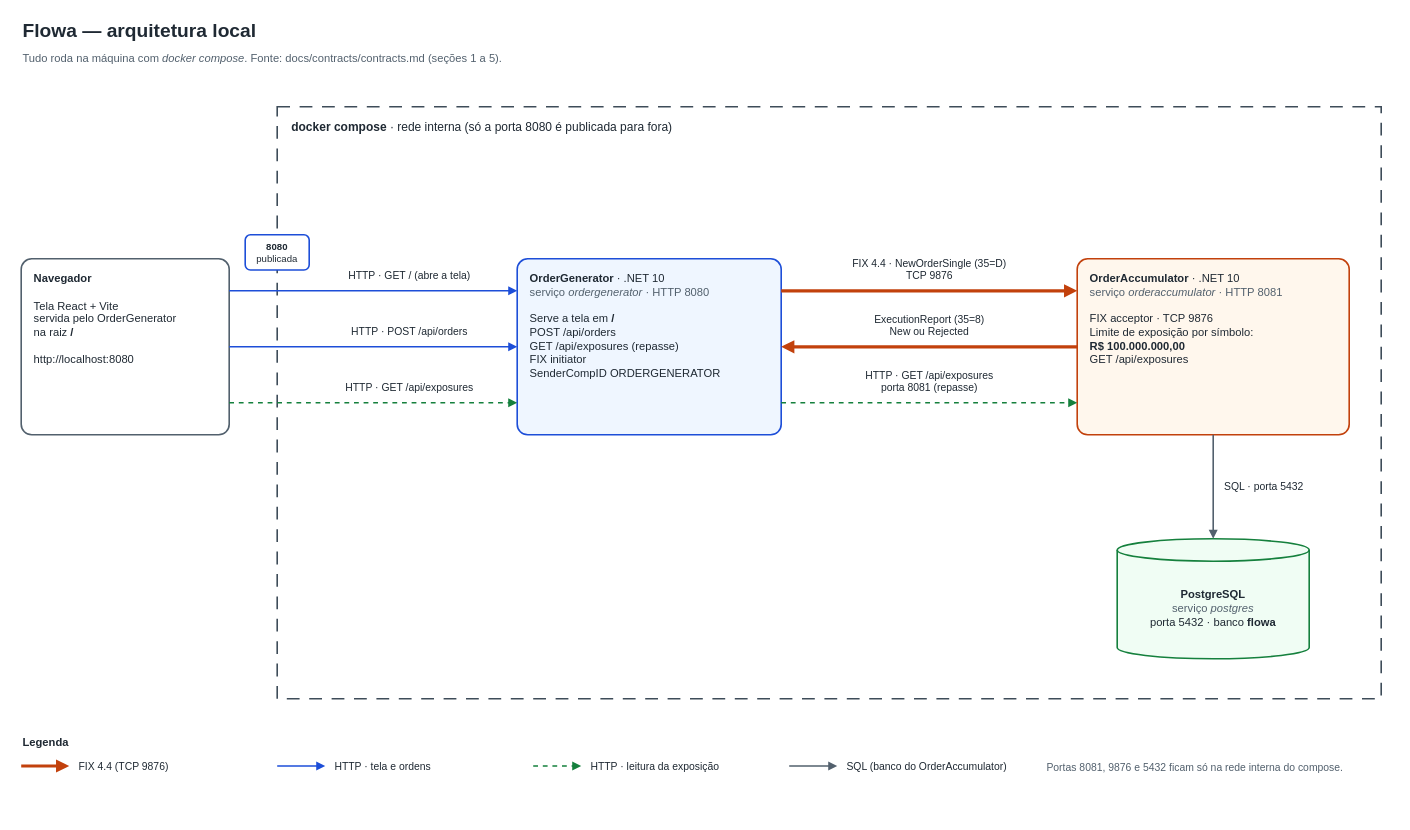
The draw.io diagram docs/architecture/arquitetura-local.drawio in escolaparaprogramadores/flowa_challange, before the edit. Source tidied: cells renumbered, new cells numbered last; positions are measured from the earlier drawing's top-left corner, leaving out a move shared by most shapes. Both pictures are drawn from the tidied source at 80%, with x=0, y=0 at pixel (21, 14).
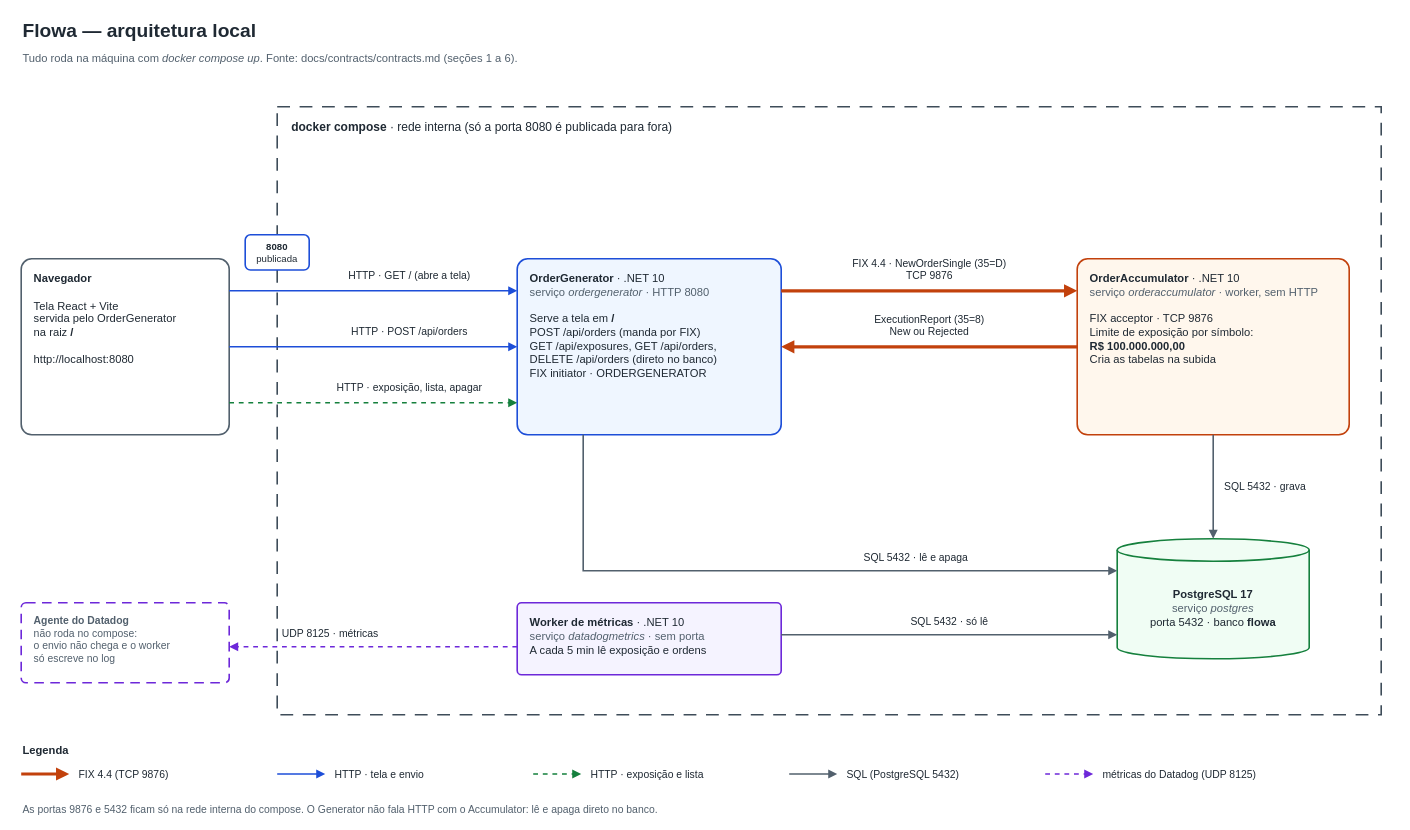
The same diagram, later.

Commit message (it also covers changes not shown here):
README guia o avaliador do clone ao teste, e contrato e desenhos mostram o worker de métricas

The change refers to these unchanged cells:
```xml
<mxCell id="6" value="&lt;b&gt;Navegador&lt;/b&gt;&lt;br&gt;&lt;br&gt;Tela React + Vite&lt;br&gt;servida pelo OrderGenerator&lt;br&gt;na raiz &lt;b&gt;/&lt;/b&gt;&lt;br&gt;&lt;br&gt;http://localhost:8080" style="rounded=1;arcSize=6;whiteSpace=wrap;html=1;align=left;verticalAlign=top;spacingLeft=14;spacingTop=10;fontSize=14;fontFamily=Helvetica;fontColor=#1F2933;fillColor=#FFFFFF;strokeColor=#52606D;strokeWidth=2;" parent="1" vertex="1">
  <mxGeometry y="306" width="260" height="220" as="geometry" />
</mxCell>
```

What changed in the source:
```diff
@@
-    <mxCell id="3" value="Tudo roda na máquina com &lt;i&gt;docker compose&lt;/i&gt;. Fonte: docs/contracts/contracts.md (seções 1 a 5)." style="text;html=1;whiteSpace=wrap;align=left;verticalAlign=top;fontSize=14;fontFamily=Helvetica;fontColor=#1F2933;fontColor=#52606D;" parent="1" vertex="1">
+    <mxCell id="3" value="Tudo roda na máquina com &lt;i&gt;docker compose up&lt;/i&gt;. Fonte: docs/contracts/contracts.md (seções 1 a 6)." style="text;html=1;whiteSpace=wrap;align=left;verticalAlign=top;fontSize=14;fontFamily=Helvetica;fontColor=#52606D;" parent="1" vertex="1">
       <mxGeometry y="40" width="1100" height="24" as="geometry" />
     </mxCell>
     <mxCell id="4" value="&lt;b&gt;docker compose&lt;/b&gt; · rede interna (só a porta 8080 é publicada para fora)" style="rounded=0;whiteSpace=wrap;html=1;dashed=1;dashPattern=8 6;fillColor=none;strokeColor=#3E4C59;strokeWidth=2;align=left;verticalAlign=top;spacingLeft=16;spacingTop=10;fontSize=15;fontFamily=Helvetica;fontColor=#1F2933;" parent="1" vertex="1">
-      <mxGeometry x="320" y="116" width="1380" height="740" as="geometry" />
+      <mxGeometry x="320" y="116" width="1380" height="760" as="geometry" />
     </mxCell>
@@
-    <mxCell id="7" value="&lt;b&gt;OrderGenerator&lt;/b&gt; · .NET 10&lt;br&gt;&lt;span style=&quot;color:#52606D&quot;&gt;serviço &lt;i&gt;ordergenerator&lt;/i&gt; · HTTP 8080&lt;/span&gt;&lt;br&gt;&lt;br&gt;Serve a tela em &lt;b&gt;/&lt;/b&gt;&lt;br&gt;POST /api/orders&lt;br&gt;GET /api/exposures (repasse)&lt;br&gt;FIX initiator&lt;br&gt;SenderCompID ORDERGENERATOR" style="rounded=1;arcSize=6;whiteSpace=wrap;html=1;align=left;verticalAlign=top;spacingLeft=14;spacingTop=10;fontSize=14;fontFamily=Helvetica;fontColor=#1F2933;fillColor=#EFF6FF;strokeColor=#1D4ED8;strokeWidth=2;" parent="1" vertex="1">
+    <mxCell id="7" value="&lt;b&gt;OrderGenerator&lt;/b&gt; · .NET 10&lt;br&gt;&lt;span style=&quot;color:#52606D&quot;&gt;serviço &lt;i&gt;ordergenerator&lt;/i&gt; · HTTP 8080&lt;/span&gt;&lt;br&gt;&lt;br&gt;Serve a tela em &lt;b&gt;/&lt;/b&gt;&lt;br&gt;POST /api/orders (manda por FIX)&lt;br&gt;GET /api/exposures, GET /api/orders,&lt;br&gt;DELETE /api/orders (direto no banco)&lt;br&gt;FIX initiator · ORDERGENERATOR" style="rounded=1;arcSize=6;whiteSpace=wrap;html=1;align=left;verticalAlign=top;spacingLeft=14;spacingTop=10;fontSize=14;fontFamily=Helvetica;fontColor=#1F2933;fillColor=#EFF6FF;strokeColor=#1D4ED8;strokeWidth=2;" parent="1" vertex="1">
       <mxGeometry x="620" y="306" width="330" height="220" as="geometry" />
     </mxCell>
-    <mxCell id="8" value="&lt;b&gt;OrderAccumulator&lt;/b&gt; · .NET 10&lt;br&gt;&lt;span style=&quot;color:#52606D&quot;&gt;serviço &lt;i&gt;orderaccumulator&lt;/i&gt; · HTTP 8081&lt;/span&gt;&lt;br&gt;&lt;br&gt;FIX acceptor · TCP 9876&lt;br&gt;Limite de exposição por símbolo:&lt;br&gt;&lt;b&gt;R$ 100.000.000,00&lt;/b&gt;&lt;br&gt;GET /api/exposures" style="rounded=1;arcSize=6;whiteSpace=wrap;html=1;align=left;verticalAlign=top;spacingLeft=14;spacingTop=10;fontSize=14;fontFamily=Helvetica;fontColor=#1F2933;fillColor=#FFF7ED;strokeColor=#C2410C;strokeWidth=2;" parent="1" vertex="1">
+    <mxCell id="8" value="&lt;b&gt;OrderAccumulator&lt;/b&gt; · .NET 10&lt;br&gt;&lt;span style=&quot;color:#52606D&quot;&gt;serviço &lt;i&gt;orderaccumulator&lt;/i&gt; · worker, sem HTTP&lt;/span&gt;&lt;br&gt;&lt;br&gt;FIX acceptor · TCP 9876&lt;br&gt;Limite de exposição por símbolo:&lt;br&gt;&lt;b&gt;R$ 100.000.000,00&lt;/b&gt;&lt;br&gt;Cria as tabelas na subida" style="rounded=1;arcSize=6;whiteSpace=wrap;html=1;align=left;verticalAlign=top;spacingLeft=14;spacingTop=10;fontSize=14;fontFamily=Helvetica;fontColor=#1F2933;fillColor=#FFF7ED;strokeColor=#C2410C;strokeWidth=2;" parent="1" vertex="1">
       <mxGeometry x="1320" y="306" width="340" height="220" as="geometry" />
     </mxCell>
-    <mxCell id="9" value="&lt;b&gt;PostgreSQL&lt;/b&gt;&lt;br&gt;&lt;span style=&quot;color:#52606D&quot;&gt;serviço &lt;i&gt;postgres&lt;/i&gt;&lt;/span&gt;&lt;br&gt;porta 5432 · banco &lt;b&gt;flowa&lt;/b&gt;" style="shape=cylinder3;whiteSpace=wrap;html=1;boundedLbl=1;backgroundOutline=1;size=14;align=center;verticalAlign=middle;fontSize=14;fontFamily=Helvetica;fontColor=#1F2933;fillColor=#F0FDF4;strokeColor=#15803D;strokeWidth=2;" parent="1" vertex="1">
+    <mxCell id="9" value="&lt;b&gt;PostgreSQL 17&lt;/b&gt;&lt;br&gt;&lt;span style=&quot;color:#52606D&quot;&gt;serviço &lt;i&gt;postgres&lt;/i&gt;&lt;/span&gt;&lt;br&gt;porta 5432 · banco &lt;b&gt;flowa&lt;/b&gt;" style="shape=cylinder3;whiteSpace=wrap;html=1;boundedLbl=1;backgroundOutline=1;size=14;align=center;verticalAlign=middle;fontSize=14;fontFamily=Helvetica;fontColor=#1F2933;fillColor=#F0FDF4;strokeColor=#15803D;strokeWidth=2;" parent="1" vertex="1">
       <mxGeometry x="1370" y="656" width="240" height="150" as="geometry" />
     </mxCell>
+    <mxCell id="27" value="&lt;b&gt;Worker de métricas&lt;/b&gt; · .NET 10&lt;br&gt;&lt;span style=&quot;color:#52606D&quot;&gt;serviço &lt;i&gt;datadogmetrics&lt;/i&gt; · sem porta&lt;/span&gt;&lt;br&gt;A cada 5 min lê exposição e ordens" style="rounded=1;arcSize=6;whiteSpace=wrap;html=1;align=left;verticalAlign=top;spacingLeft=14;spacingTop=10;fontSize=14;fontFamily=Helvetica;fontColor=#1F2933;fillColor=#F5F3FF;strokeColor=#6D28D9;strokeWidth=2;" parent="1" vertex="1">
+      <mxGeometry x="620" y="736" width="330" height="90" as="geometry" />
+    </mxCell>
+    <mxCell id="28" value="&lt;b&gt;Agente do Datadog&lt;/b&gt;&lt;br&gt;não roda no compose:&lt;br&gt;o envio não chega e o worker&lt;br&gt;só escreve no log" style="rounded=1;arcSize=6;whiteSpace=wrap;html=1;align=left;verticalAlign=top;spacingLeft=14;spacingTop=8;fontSize=13;fontFamily=Helvetica;fontColor=#52606D;fillColor=#FFFFFF;strokeColor=#6D28D9;strokeWidth=2;dashed=1;dashPattern=6 4;" parent="1" vertex="1">
+      <mxGeometry y="736" width="260" height="100" as="geometry" />
+    </mxCell>
@@
-    <mxCell id="12" value="HTTP · GET /api/exposures" style="edgeStyle=none;rounded=0;html=1;flowAnimation=1;endArrow=block;endFill=1;labelBackgroundColor=#FFFFFF;fontSize=13;verticalAlign=bottom;fontFamily=Helvetica;fontColor=#1F2933;strokeColor=#15803D;strokeWidth=2;dashed=1;exitX=1;exitY=0.8182;exitDx=0;exitDy=0;exitPerimeter=0;entryX=0;entryY=0.8182;entryDx=0;entryDy=0;entryPerimeter=0;" parent="1" edge="1" source="6" target="7">
+    <mxCell id="12" value="HTTP · exposição, lista, apagar" style="edgeStyle=none;rounded=0;html=1;flowAnimation=1;endArrow=block;endFill=1;labelBackgroundColor=#FFFFFF;fontSize=13;verticalAlign=bottom;fontFamily=Helvetica;fontColor=#1F2933;strokeColor=#15803D;strokeWidth=2;dashed=1;exitX=1;exitY=0.8182;exitDx=0;exitDy=0;exitPerimeter=0;entryX=0;entryY=0.8182;entryDx=0;entryDy=0;entryPerimeter=0;" parent="1" edge="1" source="6" target="7">
       <mxGeometry x="0.25" relative="1" as="geometry">
         <mxPoint y="-8" as="offset" />
       </mxGeometry>
     </mxCell>
@@
-    <mxCell id="15" value="HTTP · GET /api/exposures&lt;br&gt;porta 8081 (repasse)" style="edgeStyle=none;rounded=0;html=1;flowAnimation=1;endArrow=block;endFill=1;labelBackgroundColor=#FFFFFF;fontSize=13;verticalAlign=bottom;fontFamily=Helvetica;fontColor=#1F2933;strokeColor=#15803D;strokeWidth=2;dashed=1;exitX=1;exitY=0.8182;exitDx=0;exitDy=0;exitPerimeter=0;entryX=0;entryY=0.8182;entryDx=0;entryDy=0;entryPerimeter=0;" parent="1" edge="1" source="7" target="8">
-      <mxGeometry relative="1" as="geometry">
-        <mxPoint y="-8" as="offset" />
-      </mxGeometry>
-    </mxCell>
-    <mxCell id="16" value="SQL · porta 5432" style="edgeStyle=none;rounded=0;html=1;flowAnimation=1;endArrow=block;endFill=1;labelBackgroundColor=#FFFFFF;fontSize=13;verticalAlign=bottom;fontFamily=Helvetica;fontColor=#1F2933;strokeColor=#52606D;strokeWidth=2;verticalAlign=middle;align=left;exitX=0.5;exitY=1;exitDx=0;exitDy=0;exitPerimeter=0;entryX=0.5;entryY=0;entryDx=0;entryDy=0;entryPerimeter=0;" parent="1" edge="1" source="8" target="9">
+    <mxCell id="16" value="SQL 5432 · grava" style="edgeStyle=none;rounded=0;html=1;flowAnimation=1;endArrow=block;endFill=1;labelBackgroundColor=#FFFFFF;fontSize=13;fontFamily=Helvetica;fontColor=#1F2933;strokeColor=#52606D;strokeWidth=2;verticalAlign=middle;align=left;exitX=0.5;exitY=1;exitDx=0;exitDy=0;exitPerimeter=0;entryX=0.5;entryY=0;entryDx=0;entryDy=0;entryPerimeter=0;" parent="1" edge="1" source="8" target="9">
       <mxGeometry relative="1" as="geometry">
         <mxPoint x="12" as="offset" />
       </mxGeometry>
     </mxCell>
+    <mxCell id="29" value="SQL 5432 · lê e apaga" style="edgeStyle=none;rounded=0;html=1;flowAnimation=1;endArrow=block;endFill=1;labelBackgroundColor=#FFFFFF;fontSize=13;verticalAlign=bottom;fontFamily=Helvetica;fontColor=#1F2933;strokeColor=#52606D;strokeWidth=2;exitX=0.25;exitY=1;exitDx=0;exitDy=0;exitPerimeter=0;entryX=0;entryY=0.2667;entryDx=0;entryDy=0;entryPerimeter=0;" parent="1" edge="1" source="7" target="9">
+      <mxGeometry x="0.4" relative="1" as="geometry">
+        <Array as="points">
+          <mxPoint x="702.5" y="696" />
+        </Array>
+        <mxPoint y="-6" as="offset" />
+      </mxGeometry>
+    </mxCell>
+    <mxCell id="30" value="SQL 5432 · só lê" style="edgeStyle=none;rounded=0;html=1;flowAnimation=1;endArrow=block;endFill=1;labelBackgroundColor=#FFFFFF;fontSize=13;verticalAlign=bottom;fontFamily=Helvetica;fontColor=#1F2933;strokeColor=#52606D;strokeWidth=2;exitX=1;exitY=0.4444;exitDx=0;exitDy=0;exitPerimeter=0;entryX=0;entryY=0.8;entryDx=0;entryDy=0;entryPerimeter=0;" parent="1" edge="1" source="27" target="9">
+      <mxGeometry relative="1" as="geometry">
+        <mxPoint y="-6" as="offset" />
+      </mxGeometry>
+    </mxCell>
+    <mxCell id="31" value="UDP 8125 · métricas" style="edgeStyle=none;rounded=0;html=1;flowAnimation=1;endArrow=block;endFill=1;labelBackgroundColor=#FFFFFF;fontSize=13;verticalAlign=bottom;fontFamily=Helvetica;fontColor=#1F2933;strokeColor=#6D28D9;strokeWidth=2;dashed=1;exitX=0;exitY=0.6111;exitDx=0;exitDy=0;exitPerimeter=0;entryX=1;entryY=0.55;entryDx=0;entryDy=0;entryPerimeter=0;" parent="1" edge="1" source="27" target="28">
+      <mxGeometry x="0.3" relative="1" as="geometry">
+        <mxPoint y="-6" as="offset" />
+      </mxGeometry>
+    </mxCell>
     <mxCell id="17" value="&lt;b&gt;Legenda&lt;/b&gt;" style="text;html=1;whiteSpace=wrap;align=left;verticalAlign=top;fontSize=14;fontFamily=Helvetica;fontColor=#1F2933;" parent="1" vertex="1">
-      <mxGeometry y="896" width="200" height="22" as="geometry" />
+      <mxGeometry y="906" width="200" height="22" as="geometry" />
     </mxCell>
-    <mxCell id="18" style="edgeStyle=none;rounded=0;html=1;flowAnimation=1;endArrow=block;endFill=1;labelBackgroundColor=#FFFFFF;fontSize=13;verticalAlign=bottom;fontFamily=Helvetica;fontColor=#1F2933;strokeColor=#C2410C;strokeWidth=4;" parent="1" edge="1">
+    <mxCell id="18" style="edgeStyle=none;rounded=0;html=1;flowAnimation=1;endArrow=block;endFill=1;strokeColor=#C2410C;strokeWidth=4;" parent="1" edge="1">
       <mxGeometry relative="1" as="geometry">
-        <mxPoint y="940" as="sourcePoint" />
-        <mxPoint x="60" y="940" as="targetPoint" />
+        <mxPoint y="950" as="sourcePoint" />
+        <mxPoint x="60" y="950" as="targetPoint" />
       </mxGeometry>
     </mxCell>
-    <mxCell id="19" value="FIX 4.4 (TCP 9876)" style="text;html=1;whiteSpace=wrap;align=left;verticalAlign=top;fontSize=13;fontFamily=Helvetica;fontColor=#1F2933;verticalAlign=middle;" parent="1" vertex="1">
-      <mxGeometry x="70" y="928" width="250" height="24" as="geometry" />
+    <mxCell id="19" value="FIX 4.4 (TCP 9876)" style="text;html=1;whiteSpace=wrap;align=left;verticalAlign=middle;fontSize=13;fontFamily=Helvetica;fontColor=#1F2933;" parent="1" vertex="1">
+      <mxGeometry x="70" y="938" width="230" height="24" as="geometry" />
     </mxCell>
-    <mxCell id="20" style="edgeStyle=none;rounded=0;html=1;flowAnimation=1;endArrow=block;endFill=1;labelBackgroundColor=#FFFFFF;fontSize=13;verticalAlign=bottom;fontFamily=Helvetica;fontColor=#1F2933;strokeColor=#1D4ED8;strokeWidth=2;" parent="1" edge="1">
+    <mxCell id="20" style="edgeStyle=none;rounded=0;html=1;flowAnimation=1;endArrow=block;endFill=1;strokeColor=#1D4ED8;strokeWidth=2;" parent="1" edge="1">
       <mxGeometry relative="1" as="geometry">
-        <mxPoint x="320" y="940" as="sourcePoint" />
-        <mxPoint x="380" y="940" as="targetPoint" />
+        <mxPoint x="320" y="950" as="sourcePoint" />
+        <mxPoint x="380" y="950" as="targetPoint" />
       </mxGeometry>
     </mxCell>
-    <mxCell id="21" value="HTTP · tela e ordens" style="text;html=1;whiteSpace=wrap;align=left;verticalAlign=top;fontSize=13;fontFamily=Helvetica;fontColor=#1F2933;verticalAlign=middle;" parent="1" vertex="1">
-      <mxGeometry x="390" y="928" width="250" height="24" as="geometry" />
+    <mxCell id="21" value="HTTP · tela e envio" style="text;html=1;whiteSpace=wrap;align=left;verticalAlign=middle;fontSize=13;fontFamily=Helvetica;fontColor=#1F2933;" parent="1" vertex="1">
+      <mxGeometry x="390" y="938" width="230" height="24" as="geometry" />
     </mxCell>
-    <mxCell id="22" style="edgeStyle=none;rounded=0;html=1;flowAnimation=1;endArrow=block;endFill=1;labelBackgroundColor=#FFFFFF;fontSize=13;verticalAlign=bottom;fontFamily=Helvetica;fontColor=#1F2933;strokeColor=#15803D;strokeWidth=2;dashed=1;" parent="1" edge="1">
-      <mxGeometry relative="1" as="geometry">
-        <mxPoint x="640" y="940" as="sourcePoint" />
-        <mxPoint x="700" y="940" as="targetPoint" />
-      </mxGeometry>
-    </mxCell>
-    <mxCell id="23" value="HTTP · leitura da exposição" style="text;html=1;whiteSpace=wrap;align=left;verticalAlign=top;fontSize=13;fontFamily=Helvetica;fontColor=#1F2933;verticalAlign=middle;" parent="1" vertex="1">
-      <mxGeometry x="710" y="928" width="250" height="24" as="geometry" />
-    </mxCell>
+    <mxCell id="32" style="edgeStyle=none;rounded=0;html=1;flowAnimation=1;endArrow=block;endFill=1;strokeColor=#15803D;strokeWidth=2;dashed=1;" parent="1" edge="1">
+      <mxGeometry relative="1" as="geometry">
+        <mxPoint x="640" y="950" as="sourcePoint" />
+        <mxPoint x="700" y="950" as="targetPoint" />
+      </mxGeometry>
+    </mxCell>
+    <mxCell id="33" value="HTTP · exposição e lista" style="text;html=1;whiteSpace=wrap;align=left;verticalAlign=middle;fontSize=13;fontFamily=Helvetica;fontColor=#1F2933;" parent="1" vertex="1">
+      <mxGeometry x="710" y="938" width="230" height="24" as="geometry" />
+    </mxCell>
-    <mxCell id="24" style="edgeStyle=none;rounded=0;html=1;flowAnimation=1;endArrow=block;endFill=1;labelBackgroundColor=#FFFFFF;fontSize=13;verticalAlign=bottom;fontFamily=Helvetica;fontColor=#1F2933;strokeColor=#52606D;strokeWidth=2;verticalAlign=middle;align=left;" parent="1" edge="1">
+    <mxCell id="24" style="edgeStyle=none;rounded=0;html=1;flowAnimation=1;endArrow=block;endFill=1;strokeColor=#52606D;strokeWidth=2;" parent="1" edge="1">
       <mxGeometry relative="1" as="geometry">
-        <mxPoint x="960" y="940" as="sourcePoint" />
-        <mxPoint x="1020" y="940" as="targetPoint" />
+        <mxPoint x="960" y="950" as="sourcePoint" />
+        <mxPoint x="1020" y="950" as="targetPoint" />
       </mxGeometry>
     </mxCell>
-    <mxCell id="25" value="SQL (banco do OrderAccumulator)" style="text;html=1;whiteSpace=wrap;align=left;verticalAlign=top;fontSize=13;fontFamily=Helvetica;fontColor=#1F2933;verticalAlign=middle;" parent="1" vertex="1">
-      <mxGeometry x="1030" y="928" width="250" height="24" as="geometry" />
+    <mxCell id="25" value="SQL (PostgreSQL 5432)" style="text;html=1;whiteSpace=wrap;align=left;verticalAlign=middle;fontSize=13;fontFamily=Helvetica;fontColor=#1F2933;" parent="1" vertex="1">
+      <mxGeometry x="1030" y="938" width="230" height="24" as="geometry" />
     </mxCell>
+    <mxCell id="34" style="edgeStyle=none;rounded=0;html=1;flowAnimation=1;endArrow=block;endFill=1;strokeColor=#6D28D9;strokeWidth=2;dashed=1;" parent="1" edge="1">
+      <mxGeometry relative="1" as="geometry">
+        <mxPoint x="1280" y="950" as="sourcePoint" />
+        <mxPoint x="1340" y="950" as="targetPoint" />
+      </mxGeometry>
+    </mxCell>
+    <mxCell id="35" value="métricas do Datadog (UDP 8125)" style="text;html=1;whiteSpace=wrap;align=left;verticalAlign=middle;fontSize=13;fontFamily=Helvetica;fontColor=#1F2933;" parent="1" vertex="1">
+      <mxGeometry x="1350" y="938" width="300" height="24" as="geometry" />
+    </mxCell>
-    <mxCell id="26" value="Portas 8081, 9876 e 5432 ficam só na rede interna do compose." style="text;html=1;whiteSpace=wrap;align=left;verticalAlign=top;fontSize=13;fontFamily=Helvetica;fontColor=#1F2933;fontColor=#52606D;" parent="1" vertex="1">
-      <mxGeometry x="1280" y="928" width="440" height="24" as="geometry" />
+    <mxCell id="26" value="As portas 9876 e 5432 ficam só na rede interna do compose. O Generator não fala HTTP com o Accumulator: lê e apaga direto no banco." style="text;html=1;whiteSpace=wrap;align=left;verticalAlign=top;fontSize=13;fontFamily=Helvetica;fontColor=#52606D;" parent="1" vertex="1">
+      <mxGeometry y="980" width="1400" height="24" as="geometry" />
     </mxCell>
```
